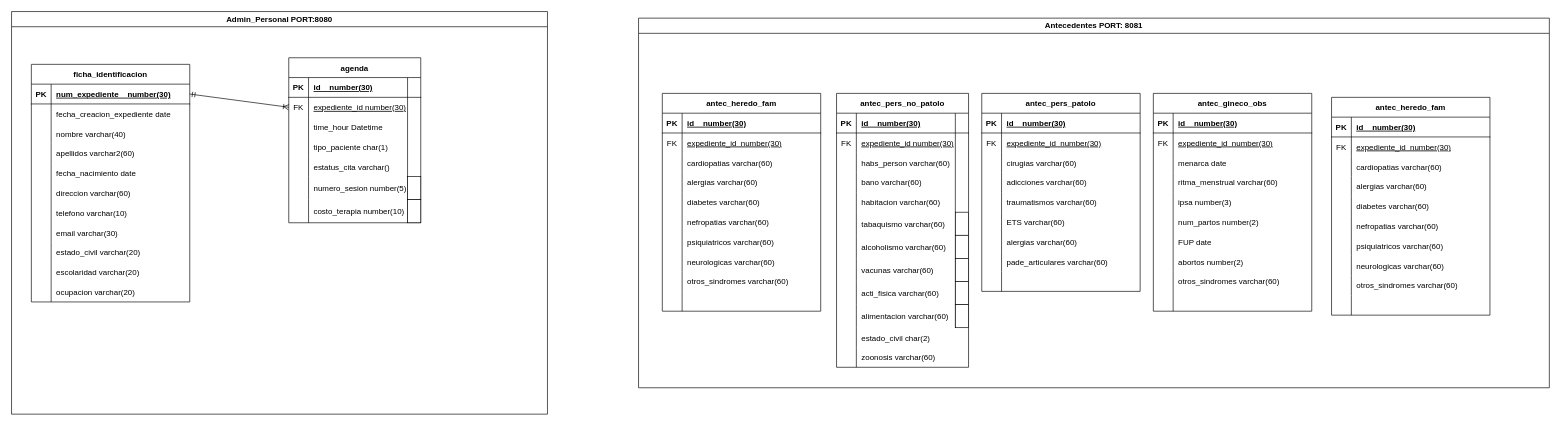
Earlier version of the draw.io diagram diagramas.drawio (amaya7398/sistema-clinico-microservicios). Source tidied: cells renumbered, new cells numbered last; positions are measured from the earlier drawing's top-left corner, leaving out a move shared by most shapes. Both pictures are drawn from the tidied source at 66%, with x=0, y=0 at pixel (11, 11).
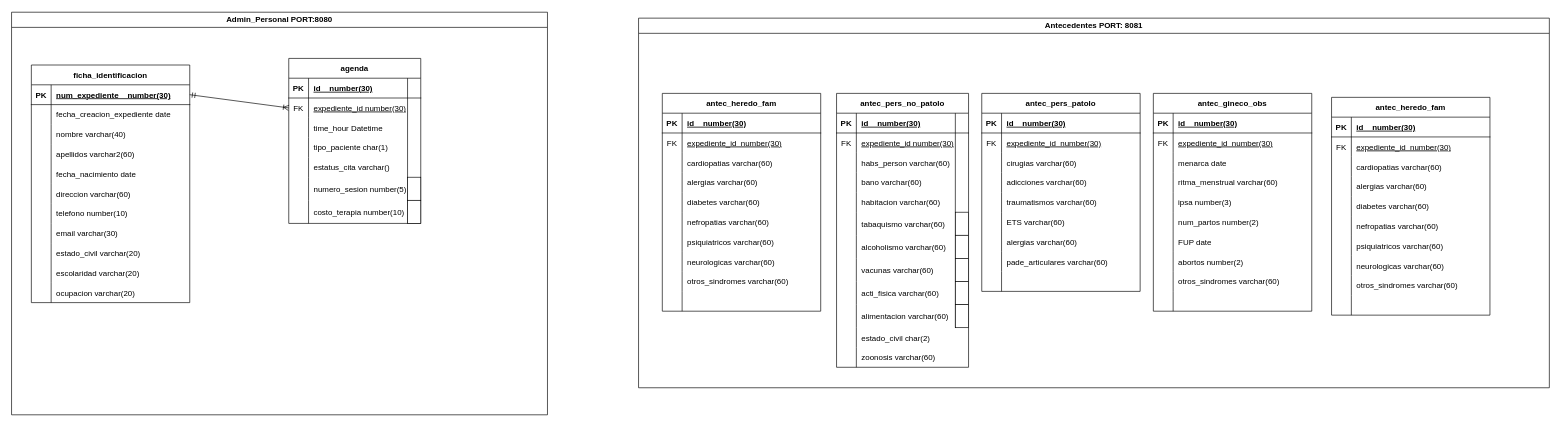
Above is the later version.

The change refers to these unchanged cells:
```xml
<mxCell id="22" style="shape=tableRow;horizontal=0;startSize=0;swimlaneHead=0;swimlaneBody=0;fillColor=none;top=0;left=0;right=0;bottom=0;" parent="3" vertex="1">
  <mxGeometry y="210" width="240" height="30" as="geometry" />
</mxCell>
```

Diff of the diagram source:
```diff
@@
     <mxCell id="2" value="Admin_Personal PORT:8080" style="swimlane;whiteSpace=wrap;html=1;" parent="1" vertex="1">
-      <mxGeometry width="812" height="610" as="geometry" />
+      <mxGeometry y="1" width="812" height="610" as="geometry" />
     </mxCell>
@@
-    <mxCell id="24" value="telefono varchar(10)" style="shape=partialRectangle;fillColor=none;top=0;left=0;bottom=0;right=0;align=left;spacingLeft=6;overflow=hidden;fontStyle=0;" parent="22" vertex="1">
+    <mxCell id="24" value="telefono number(10)" style="shape=partialRectangle;fillColor=none;top=0;left=0;bottom=0;right=0;align=left;spacingLeft=6;overflow=hidden;fontStyle=0;" parent="22" vertex="1">
       <mxGeometry x="30" width="210" height="30" as="geometry" />
     </mxCell>
```
